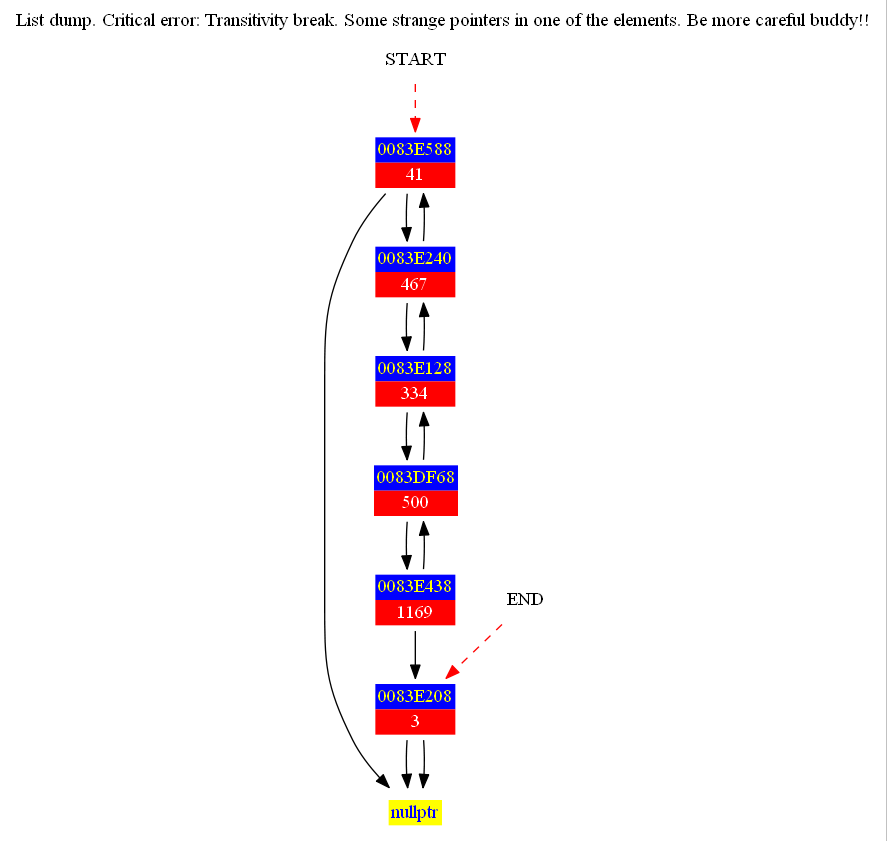
Above: Unbreakable List/graph.dot.gd.cairo.png in ioannco/lsp-interpreter (Graphviz), before the change. Its source is kept beside it as Unbreakable List/graph.dot.
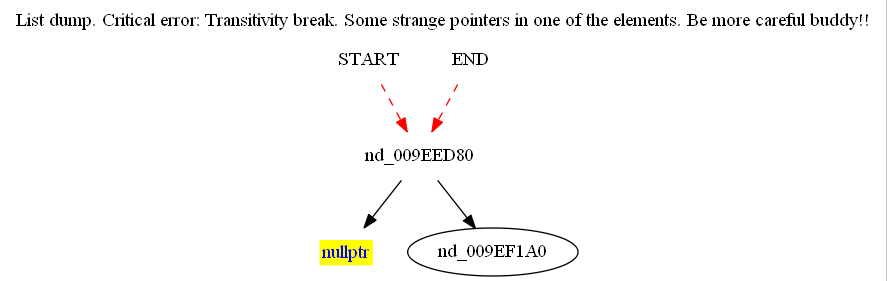
After the commit.

The edit, as a diff of the source:
```diff
@@ -3,33 +3,13 @@
 	labelloc = "t";
 	START [shape=plaintext label="START"];
 	END [shape=plaintext label="END"];
-	START -> nd_0083E588 [style=dashed color=red];
-	END -> nd_0083E208  [style=dashed color=red];
+	START -> nd_009EED80 [style=dashed color=red];
+	END -> nd_009EED80  [style=dashed color=red];
 
 	nd_00000000 [shape = plaintext label=<<table border="0" cellborder="0" cellspacing="0"><tr><td bgcolor="yellow"><font color="blue">nullptr</font></td></tr></table>>];
 
-	nd_0083E588 [shape = plaintext label=<<table border="0" cellborder="0" cellspacing="0"><tr><td bgcolor="blue"><font color="yellow">0083E588</font></td></tr><tr><td bgcolor="red"><font color="white">41</font></td></tr></table>>];
-	nd_0083E588->nd_00000000;
-	nd_0083E588->nd_0083E240;
-
-	nd_0083E240 [shape = plaintext label=<<table border="0" cellborder="0" cellspacing="0"><tr><td bgcolor="blue"><font color="yellow">0083E240</font></td></tr><tr><td bgcolor="red"><font color="white">467</font></td></tr></table>>];
-	nd_0083E240->nd_0083E588;
-	nd_0083E240->nd_0083E128;
-
-	nd_0083E128 [shape = plaintext label=<<table border="0" cellborder="0" cellspacing="0"><tr><td bgcolor="blue"><font color="yellow">0083E128</font></td></tr><tr><td bgcolor="red"><font color="white">334</font></td></tr></table>>];
-	nd_0083E128->nd_0083E240;
-	nd_0083E128->nd_0083DF68;
-
-	nd_0083DF68 [shape = plaintext label=<<table border="0" cellborder="0" cellspacing="0"><tr><td bgcolor="blue"><font color="yellow">0083DF68</font></td></tr><tr><td bgcolor="red"><font color="white">500</font></td></tr></table>>];
-	nd_0083DF68->nd_0083E128;
-	nd_0083DF68->nd_0083E438;
-
-	nd_0083E438 [shape = plaintext label=<<table border="0" cellborder="0" cellspacing="0"><tr><td bgcolor="blue"><font color="yellow">0083E438</font></td></tr><tr><td bgcolor="red"><font color="white">1169</font></td></tr></table>>];
-	nd_0083E438->nd_0083DF68;
-	nd_0083E438->nd_0083E208;
-
-	nd_0083E208 [shape = plaintext label=<<table border="0" cellborder="0" cellspacing="0"><tr><td bgcolor="blue"><font color="yellow">0083E208</font></td></tr><tr><td bgcolor="red"><font color="white">3</font></td></tr></table>>];
-	nd_0083E208->nd_00000000;
-	nd_0083E208->nd_00000000;
+	nd_009EED80 [shape = plaintext label=<<table border="0" cellborder="0" cellspacing="0"><tr><td bgcolor="blue"><font color="yellow">009EED80</font></td></tr><tr><td bgcolor="red"><font color="white"></font></td></tr></table>>];
+	nd_009EED80->nd_009EF1A0;
+	nd_009EED80->nd_00000000;
 
 }
```
